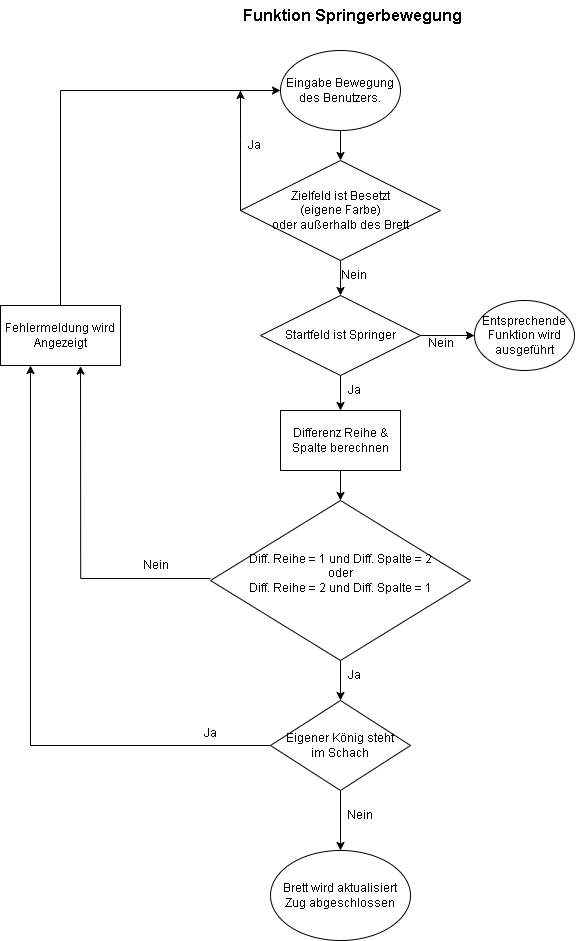
Before: FlowchartSpringerbewegung.png, a diagram exported from draw.io (lauri-jor/ChessPI). Source tidied: cells renumbered, new cells last; positions are measured from the earlier drawing's top-left corner, leaving out a move shared by most shapes.
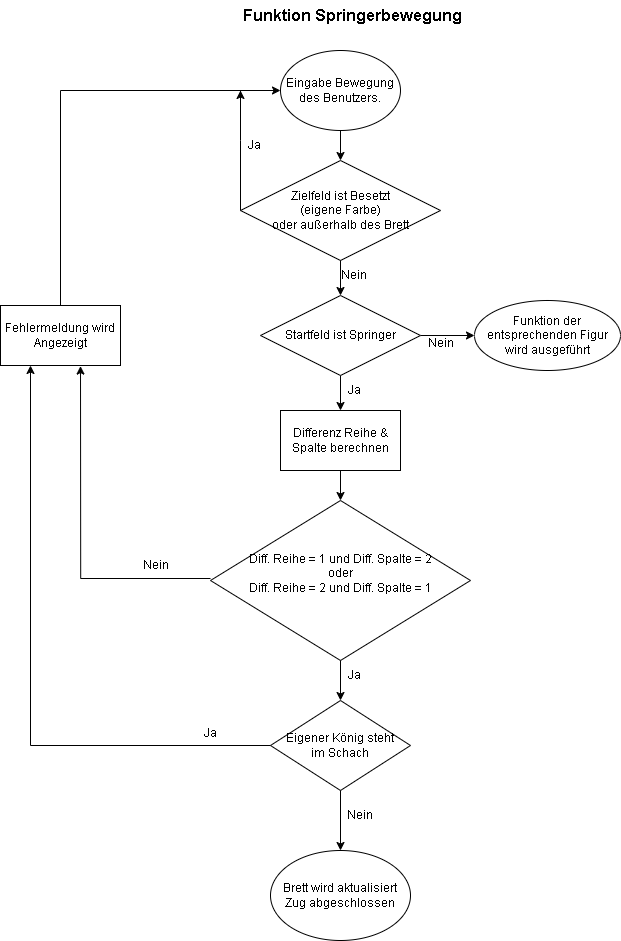
Above is the later version.

Commit message:
Springerbewegung aktualisierter Flowchart

Change to the diagram source:
```diff
@@ -49,8 +49,8 @@
     <mxCell id="13" style="endArrow=classic;html=1;rounded=0;exitX=1;exitY=0.5;exitDx=0;exitDy=0;" parent="1" edge="1" source="18" target="14">
       <mxGeometry relative="1" as="geometry" />
     </mxCell>
-    <mxCell id="14" value="Entsprechende Funktion wird&lt;br&gt;ausgeführt" style="ellipse;whiteSpace=wrap;html=1;" parent="1" vertex="1">
-      <mxGeometry x="474" y="300" width="100" height="70" as="geometry" />
+    <mxCell id="14" value="Funktion der entsprechenden Figur wird ausgeführt" style="ellipse;whiteSpace=wrap;html=1;" parent="1" vertex="1">
+      <mxGeometry x="474" y="300" width="146" height="70" as="geometry" />
     </mxCell>
     <mxCell id="15" value="Nein" style="text;html=1;align=center;verticalAlign=middle;strokeColor=none;fillColor=none;" parent="1" vertex="1">
       <mxGeometry x="415" y="328" width="50" height="30" as="geometry" />
```
